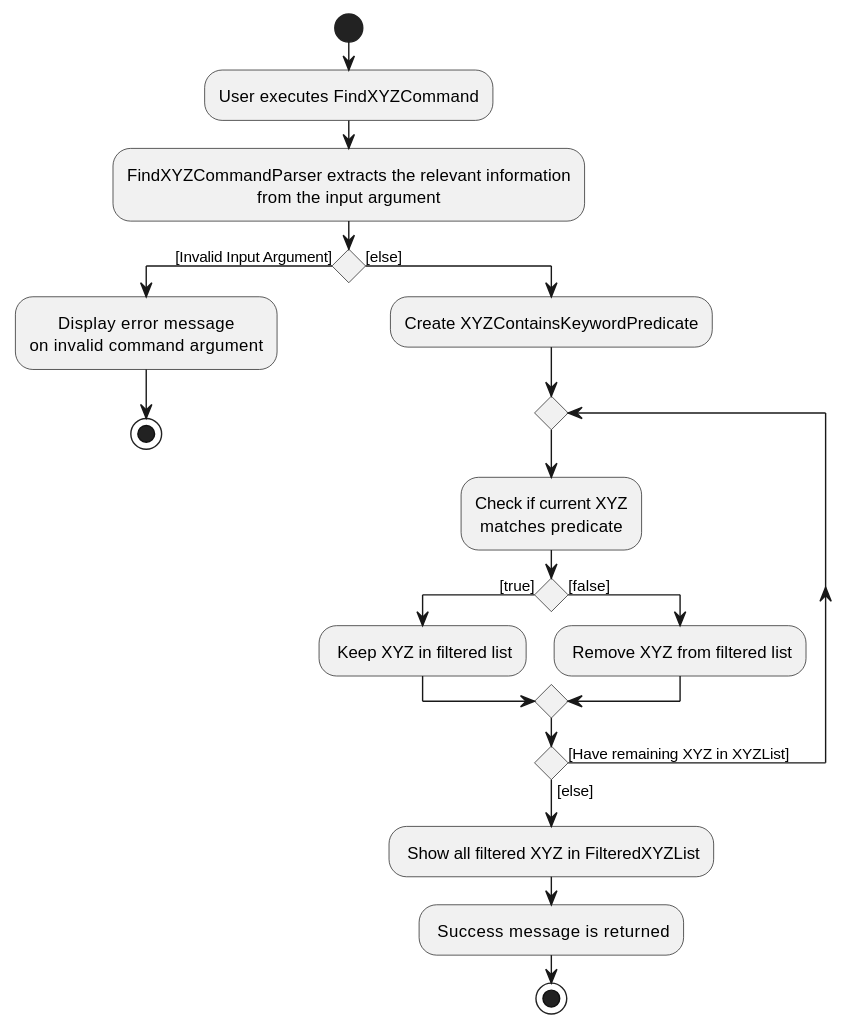
Before: docs/images/FindCommandActivityDiagram.svg, a diagram exported from PlantUML (nus-cs2103-AY2223S2/tp).
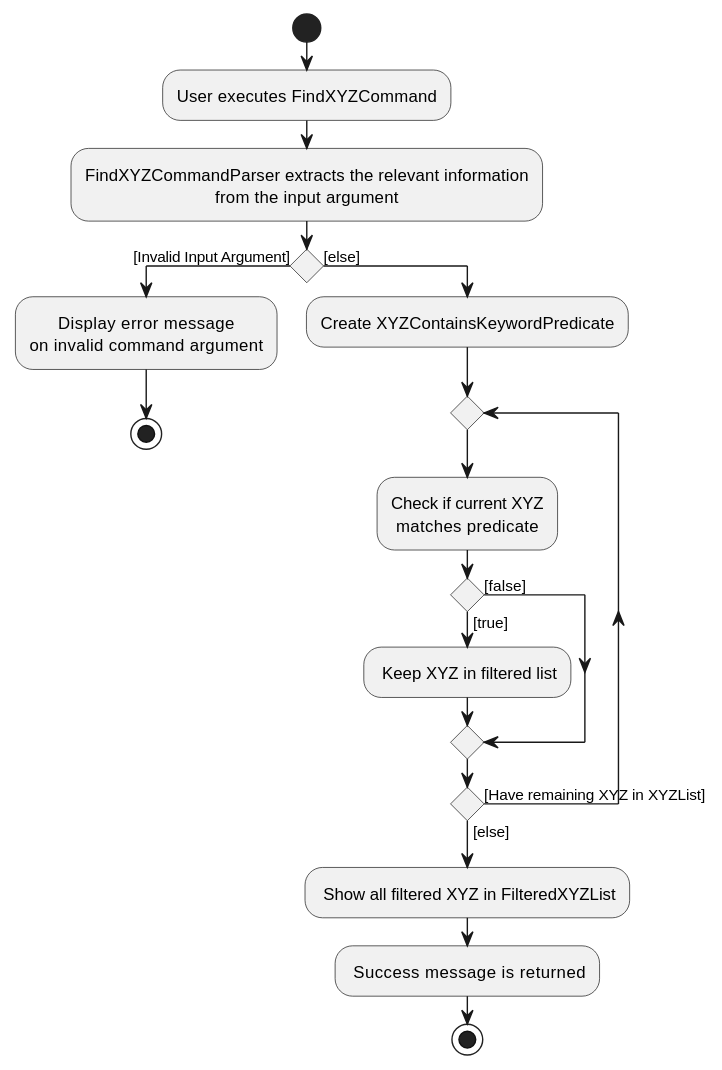
Later version of the same file.

Diff of the diagram source:
```diff
@@ -19,7 +19,7 @@
         if () then ([true])
             : Keep XYZ in filtered list;
         else ([false])
-            : Remove XYZ from filtered list;
+
         endif
     repeat while () is ([Have remaining XYZ in XYZList]) not ([else])
 : Show all filtered XYZ in FilteredXYZList;
```
